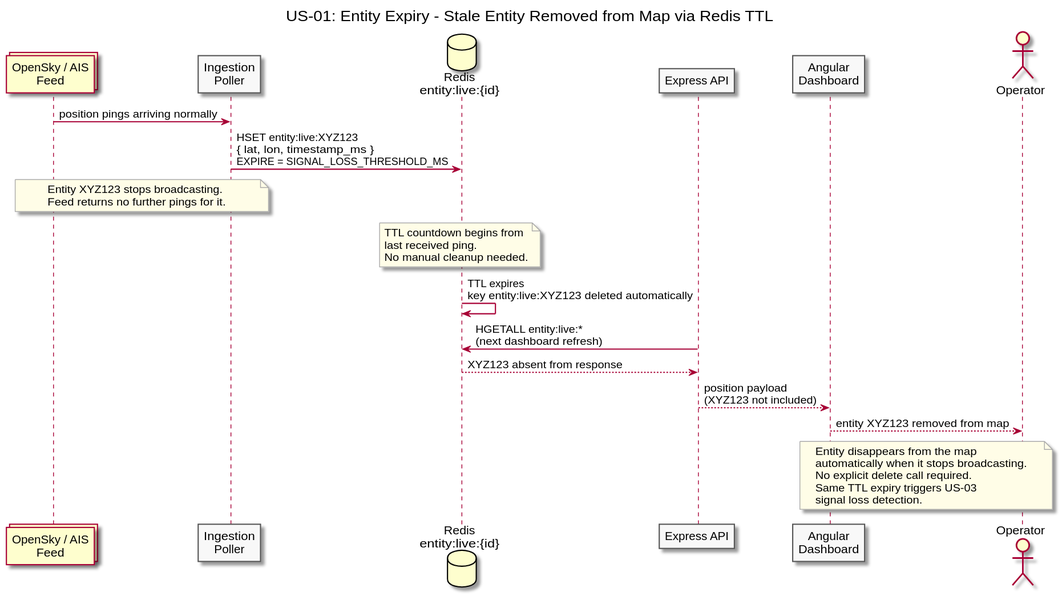
Above: diagrams/docs/use-cases/US-01-live-entity-tracking/entity-expiry.svg in Buffden/sentinel (PlantUML), before the change. Its diagram source:
```plantuml
@startuml entity-expiry
title US-01: Entity Expiry - Stale Entity Removed from Map via Redis TTL

skinparam sequenceArrowThickness 1.5
skinparam participantBorderColor #555555
skinparam participantBackgroundColor #F8F8F8
skinparam noteBorderColor #AAAAAA
skinparam noteBackgroundColor #FFFDE7

collections "OpenSky / AIS\nFeed" as Feed
participant "Ingestion\nPoller" as Poller
database "Redis\nentity:live:{id}" as Redis
participant "Express API" as API
participant "Angular\nDashboard" as Dashboard
actor Operator

Feed -> Poller : position pings arriving normally
Poller -> Redis : HSET entity:live:XYZ123\n{ lat, lon, timestamp_ms }\nEXPIRE = SIGNAL_LOSS_THRESHOLD_MS

note over Feed, Poller
  Entity XYZ123 stops broadcasting.
  Feed returns no further pings for it.
end note

note over Redis
  TTL countdown begins from
  last received ping.
  No manual cleanup needed.
end note

Redis -> Redis : TTL expires\nkey entity:live:XYZ123 deleted automatically

API -> Redis : HGETALL entity:live:*\n(next dashboard refresh)
Redis --> API : XYZ123 absent from response

API --> Dashboard : position payload\n(XYZ123 not included)
Dashboard --> Operator : entity XYZ123 removed from map

note over Dashboard, Operator
  Entity disappears from the map
  automatically when it stops broadcasting.
  No explicit delete call required.
  Same TTL expiry triggers US-03
  signal loss detection.
end note

@enduml
```
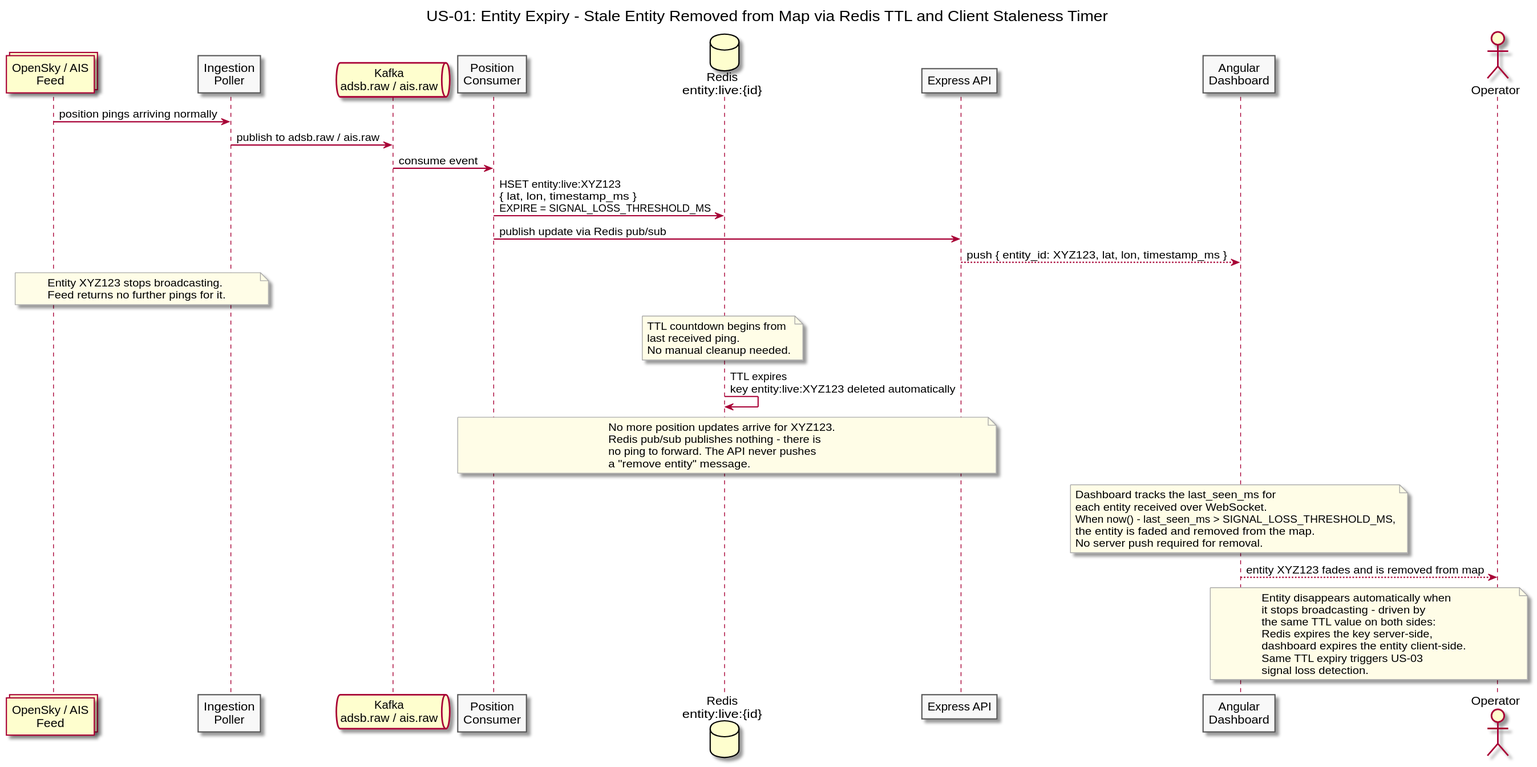
After the commit.

Diff of the diagram source:
```diff
@@ -1,5 +1,5 @@
 @startuml entity-expiry
-title US-01: Entity Expiry - Stale Entity Removed from Map via Redis TTL
+title US-01: Entity Expiry - Stale Entity Removed from Map via Redis TTL and Client Staleness Timer
 
 skinparam sequenceArrowThickness 1.5
 skinparam participantBorderColor #555555
@@ -9,13 +9,19 @@
 
 collections "OpenSky / AIS\nFeed" as Feed
 participant "Ingestion\nPoller" as Poller
+queue "Kafka\nadsb.raw / ais.raw" as Kafka
+participant "Position\nConsumer" as Consumer
 database "Redis\nentity:live:{id}" as Redis
 participant "Express API" as API
 participant "Angular\nDashboard" as Dashboard
 actor Operator
 
 Feed -> Poller : position pings arriving normally
-Poller -> Redis : HSET entity:live:XYZ123\n{ lat, lon, timestamp_ms }\nEXPIRE = SIGNAL_LOSS_THRESHOLD_MS
+Poller -> Kafka : publish to adsb.raw / ais.raw
+Kafka -> Consumer : consume event
+Consumer -> Redis : HSET entity:live:XYZ123\n{ lat, lon, timestamp_ms }\nEXPIRE = SIGNAL_LOSS_THRESHOLD_MS
+Consumer -> API : publish update via Redis pub/sub
+API --> Dashboard : push { entity_id: XYZ123, lat, lon, timestamp_ms }
 
 note over Feed, Poller
   Entity XYZ123 stops broadcasting.
@@ -30,16 +36,29 @@
 
 Redis -> Redis : TTL expires\nkey entity:live:XYZ123 deleted automatically
 
-API -> Redis : HGETALL entity:live:*\n(next dashboard refresh)
-Redis --> API : XYZ123 absent from response
+note over Consumer, API
+  No more position updates arrive for XYZ123.
+  Redis pub/sub publishes nothing - there is
+  no ping to forward. The API never pushes
+  a "remove entity" message.
+end note
 
-API --> Dashboard : position payload\n(XYZ123 not included)
-Dashboard --> Operator : entity XYZ123 removed from map
+note over Dashboard
+  Dashboard tracks the last_seen_ms for
+  each entity received over WebSocket.
+  When now() - last_seen_ms > SIGNAL_LOSS_THRESHOLD_MS,
+  the entity is faded and removed from the map.
+  No server push required for removal.
+end note
+
+Dashboard --> Operator : entity XYZ123 fades and is removed from map
 
 note over Dashboard, Operator
-  Entity disappears from the map
-  automatically when it stops broadcasting.
-  No explicit delete call required.
+  Entity disappears automatically when
+  it stops broadcasting - driven by
+  the same TTL value on both sides:
+  Redis expires the key server-side,
+  dashboard expires the entity client-side.
   Same TTL expiry triggers US-03
   signal loss detection.
 end note
```
